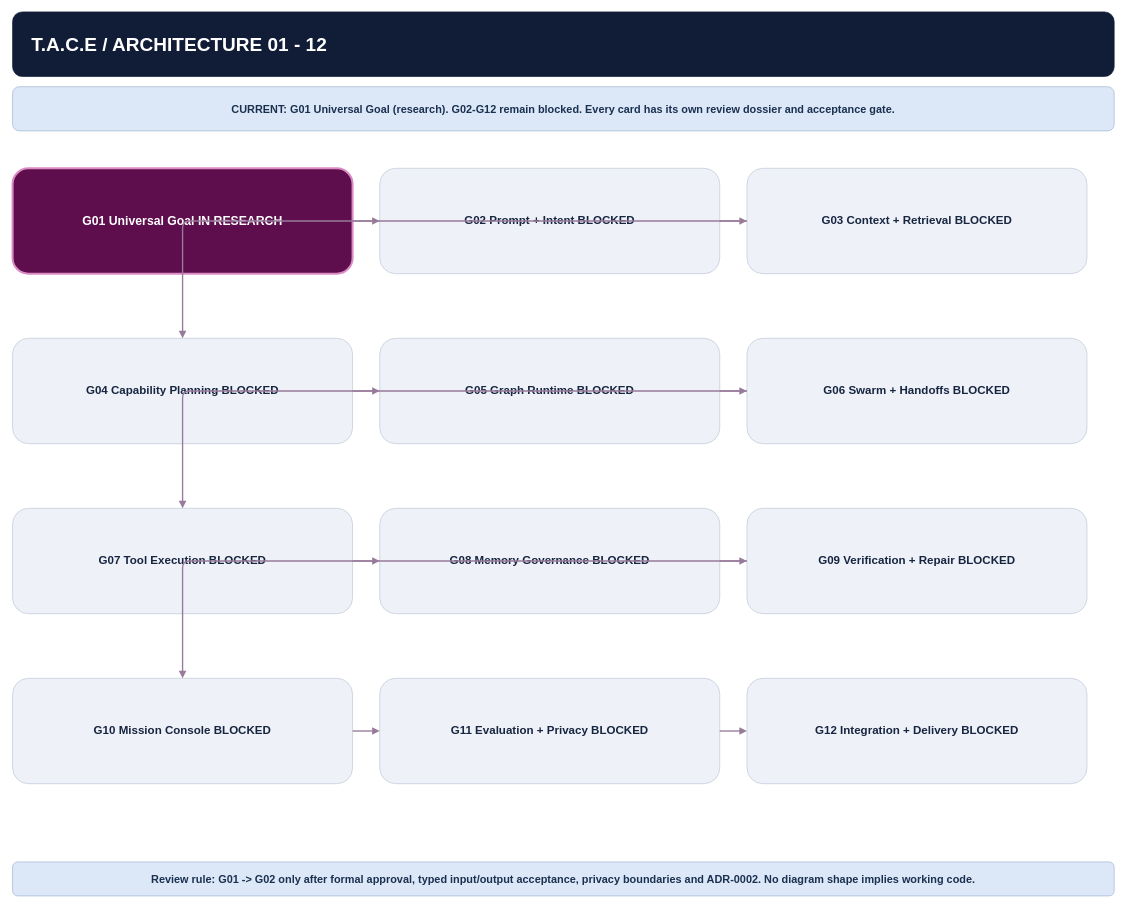
LethaboMH14/T.A.C.E keeps this draw.io diagram as page "00 - 12 Gate Architecture" (1 of 8) of diagrams/TACE-Architecture.drawio. Above is the earlier version. Source tidied: cells renumbered, new cells numbered last; positions are measured from the earlier drawing's top-left corner, leaving out a move shared by most shapes. Both pictures are drawn from the tidied source at 68%, with x=0, y=0 at pixel (12, 12).
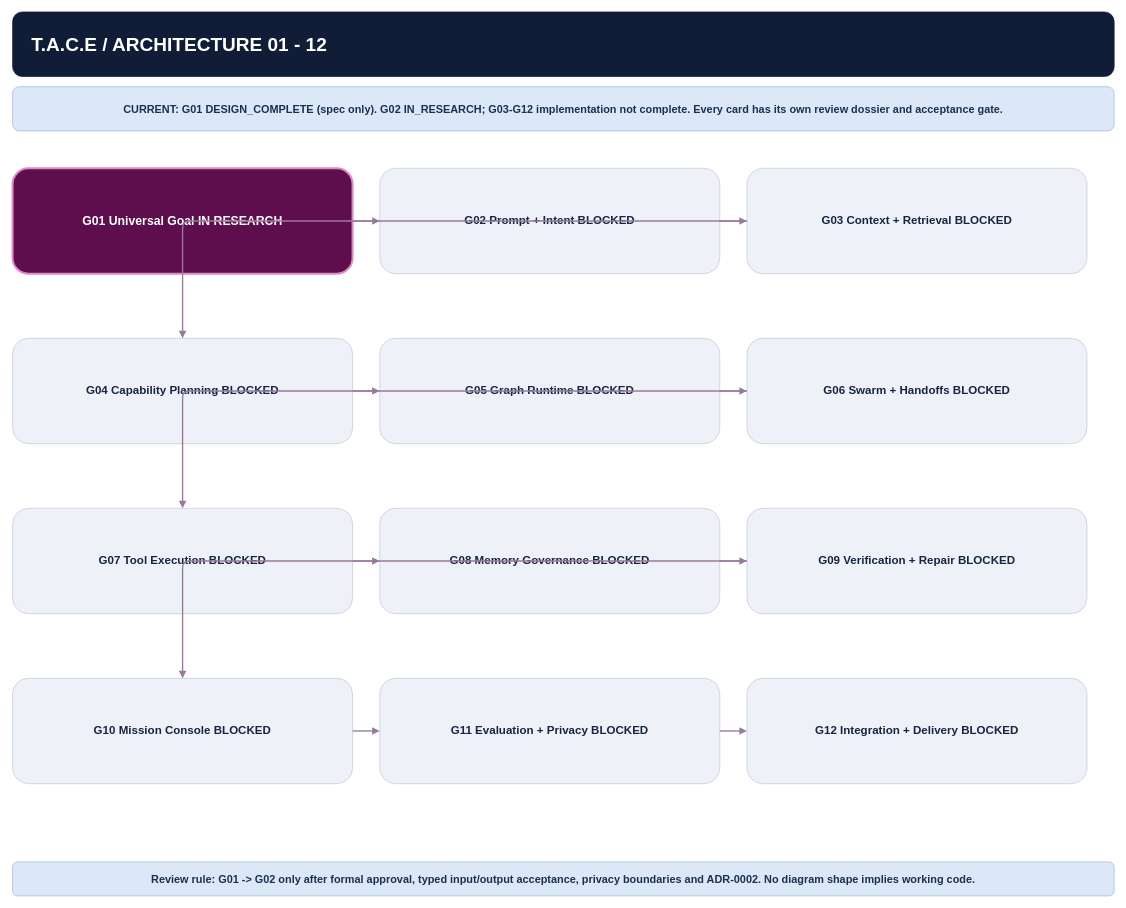
The same page after the edit.

Commit message (it also covers changes not shown here):
docs(diagrams): add G01 security and impact handoff to G02, update gate status

Diff of the diagram source:
```diff
@@
-    <mxCell id="3" value="CURRENT: G01 Universal Goal (research).  G02-G12 remain blocked.  Every card has its own review dossier and acceptance gate." style="rounded=1;whiteSpace=wrap;html=1;fillColor=#dce8f7;strokeColor=#9fb5d0;fontColor=#1a3050;fontSize=16;fontStyle=1;" parent="1" vertex="1">
+    <mxCell id="3" value="CURRENT: G01 DESIGN_COMPLETE (spec only). G02 IN_RESEARCH; G03-G12 implementation not complete.  Every card has its own review dossier and acceptance gate." style="rounded=1;whiteSpace=wrap;html=1;fillColor=#dce8f7;strokeColor=#9fb5d0;fontColor=#1a3050;fontSize=16;fontStyle=1;" parent="1" vertex="1">
       <mxGeometry y="110" width="1620" height="65" as="geometry" />
     </mxCell>
```
